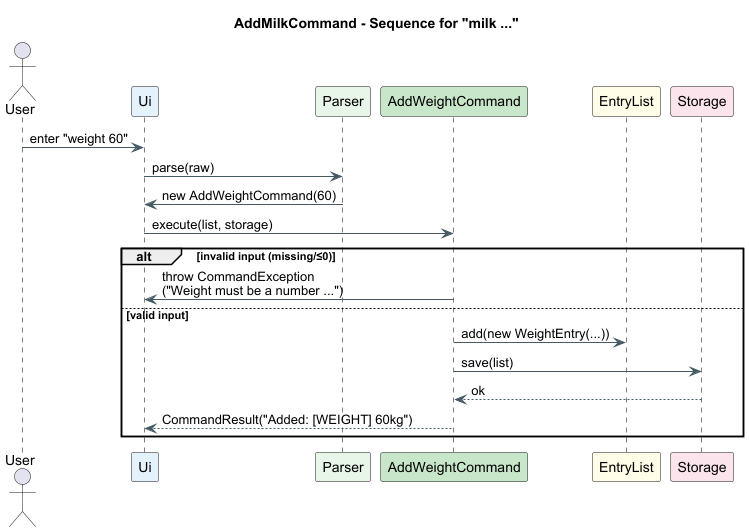
Above: docs/images/AddWeight_SequenceDiagram.png in Ibrashoukry/tp (PlantUML), before the change.
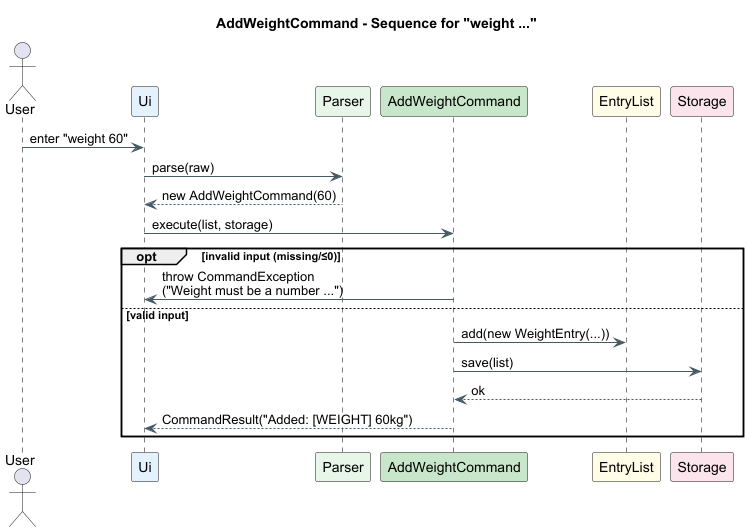
After the commit.

Commit message:
(#182) Fix diagram title for AddWeightCommand sequence diagram

Change to the diagram source:
```diff
@@ -1,5 +1,5 @@
 @startuml
-title AddMilkCommand - Sequence for "milk ..."
+title AddWeightCommand - Sequence for "weight ..."
 
 skinparam shadowing false
 skinparam defaultFontName Arial
@@ -20,10 +20,10 @@
 
 User -> UI : enter "weight 60"
 UI -> PR  : parse(raw)
-PR -> UI  : new AddWeightCommand(60)
+PR --> UI  : new AddWeightCommand(60)
 UI -> AMC : execute(list, storage)
 
-alt invalid input (missing/≤0)
+opt invalid input (missing/≤0)
   AMC -> UI : throw CommandException\n("Weight must be a number ...")
 else valid input
   AMC -> LIST : add(new WeightEntry(...))
```
